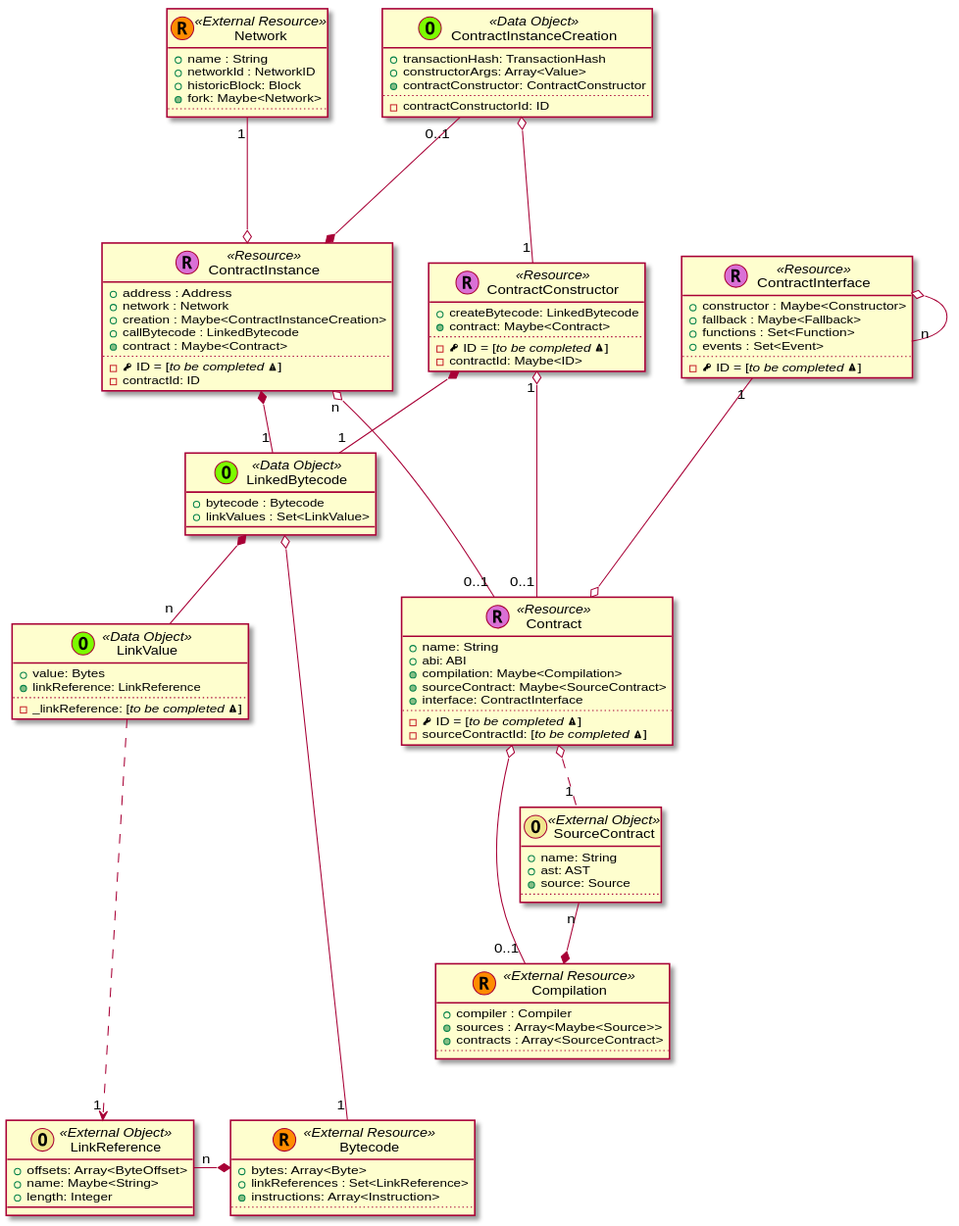
The PlantUML diagram _images/plantuml-e73463bf56cf53955e1b6b8449712d7e1e6c756b.svg in trufflesuite/artifact-updates, before a commit.
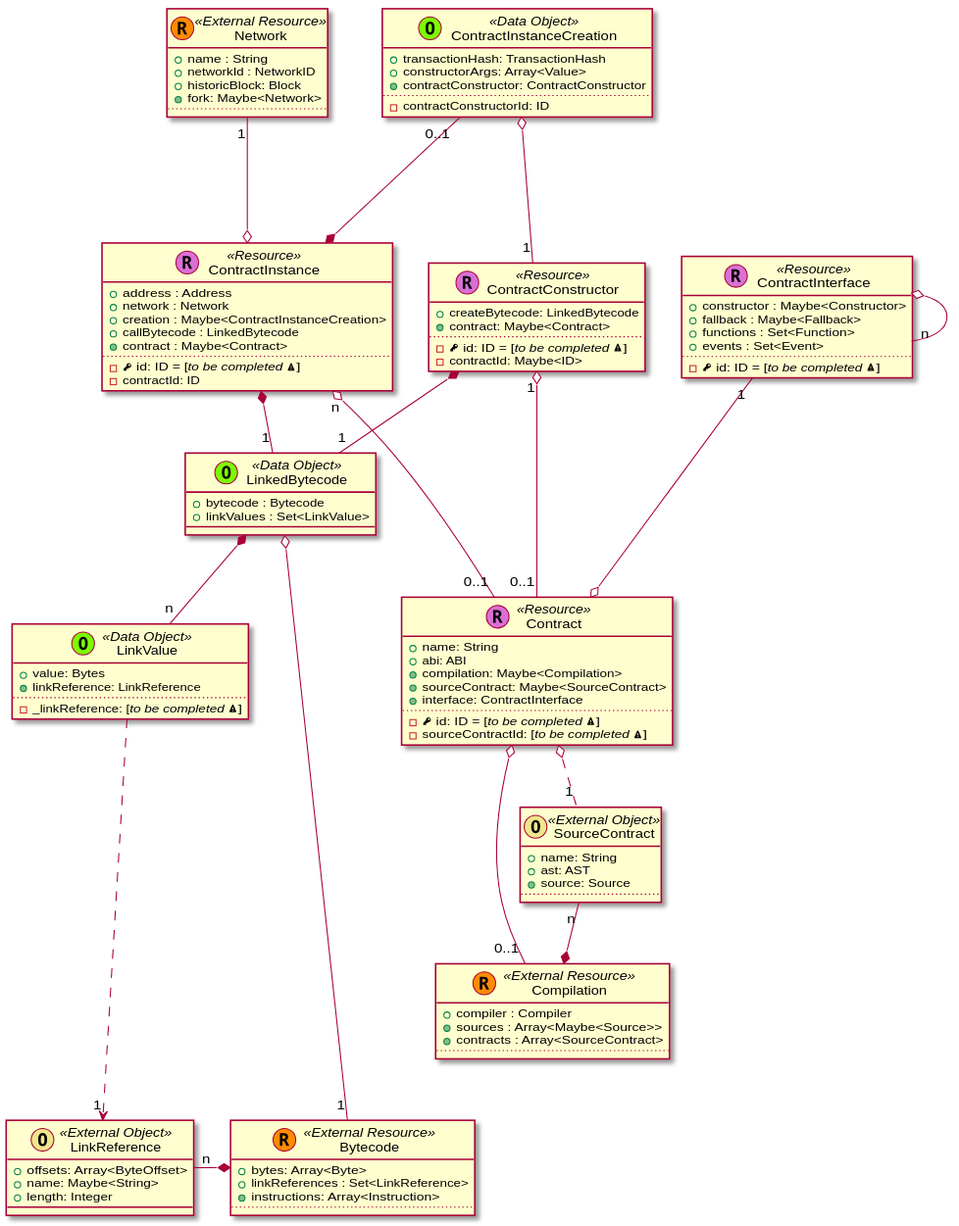
Later version of the same file.

Change to the diagram source:
```diff
@@ -16,7 +16,7 @@
       + {method} sourceContract: Maybe<SourceContract>
       + {method} interface: ContractInterface
       ..
-      - {field} <&key> ID = [//to be completed <&warning>//]
+      - {field} <&key> id: ID = [//to be completed <&warning>//]
       - sourceContractId: [//to be completed <&warning>//]
     }
 
@@ -28,7 +28,7 @@
     + callBytecode : LinkedBytecode
     + {method} contract : Maybe<Contract>
     ..
-    - {field} <&key> ID = [//to be completed <&warning>//]
+    - {field} <&key> id: ID = [//to be completed <&warning>//]
     - contractId: ID
   }
 
@@ -40,7 +40,7 @@
     + functions : Set<Function>
     + events : Set<Event>
     ..
-    - {field} <&key> ID = [//to be completed <&warning>//]
+    - {field} <&key> id: ID = [//to be completed <&warning>//]
   }
 
   ContractInterface o-- "n" ContractInterface
@@ -51,7 +51,7 @@
     + createBytecode: LinkedBytecode
     + {method} contract: Maybe<Contract>
     ..
-    - {field} <&key> ID = [//to be completed <&warning>//]
+    - {field} <&key> id: ID = [//to be completed <&warning>//]
     - contractId: Maybe<ID>
   }
 
```
